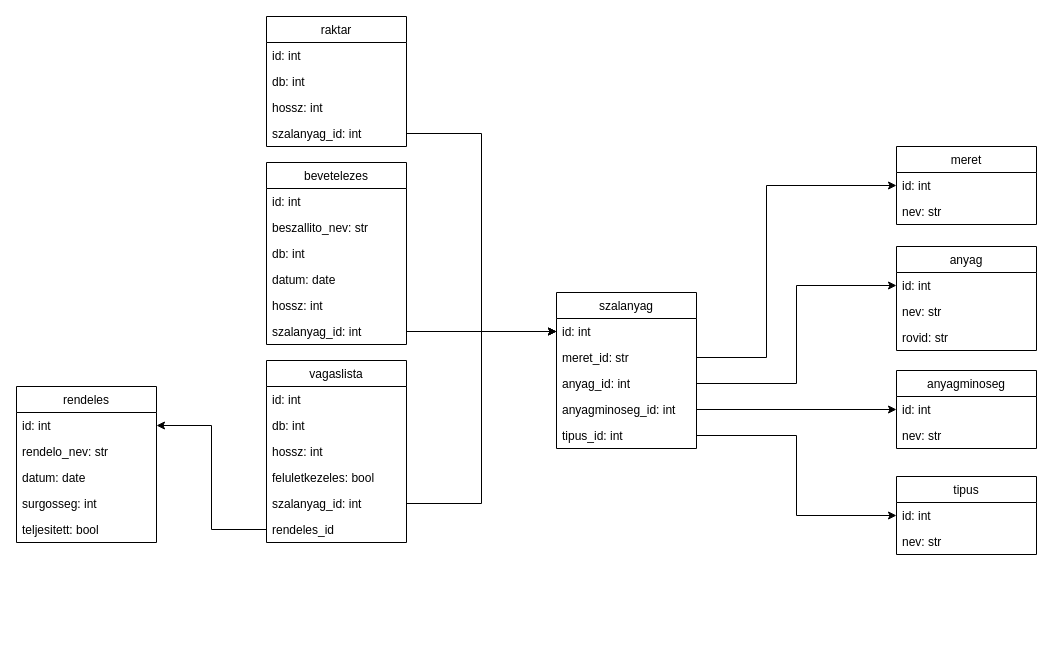
Above: szalanyagkezelo.drawio in haliscsharp/szalanyag_kezelo (draw.io), before the change. Source tidied: cells renumbered, new cells numbered last; positions are measured from the earlier drawing's top-left corner, leaving out a move shared by most shapes. Both pictures are drawn from the tidied source at 100%, with x=0, y=0 at pixel (16, 16).
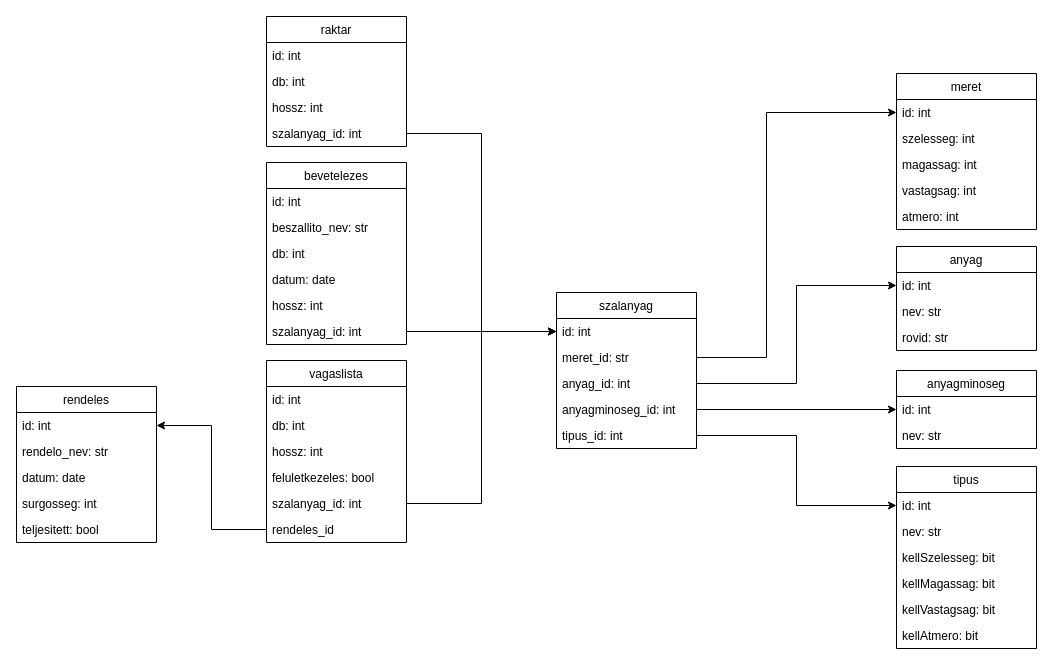
The same diagram, later.

Unchanged cells that the change refers to:
```xml
<mxCell id="4" value="meret_id: str" style="text;strokeColor=none;fillColor=none;align=left;verticalAlign=top;spacingLeft=4;spacingRight=4;overflow=hidden;points=[[0,0.5],[1,0.5]];portConstraint=eastwest;" parent="2" vertex="1">
  <mxGeometry y="52" width="140" height="26" as="geometry" />
</mxCell>
<mxCell id="22" value="id: int" style="text;strokeColor=none;fillColor=none;align=left;verticalAlign=top;spacingLeft=4;spacingRight=4;overflow=hidden;points=[[0,0.5],[1,0.5]];portConstraint=eastwest;" parent="21" vertex="1">
  <mxGeometry y="26" width="140" height="26" as="geometry" />
</mxCell>
```

The edit, as a diff of the source:
```diff
@@
     <mxCell id="15" value="tipus" style="swimlane;fontStyle=0;horizontal=1;startSize=26;fillColor=none;" parent="1" vertex="1">
-      <mxGeometry x="880" y="460" width="140" height="78" as="geometry" />
+      <mxGeometry x="880" y="450" width="140" height="182" as="geometry" />
     </mxCell>
@@
+    <mxCell id="54" value="kellSzelesseg: bit" style="text;strokeColor=none;fillColor=none;align=left;verticalAlign=top;spacingLeft=4;spacingRight=4;overflow=hidden;" parent="15" vertex="1">
+      <mxGeometry y="78" width="140" height="26" as="geometry" />
+    </mxCell>
+    <mxCell id="55" value="kellMagassag: bit" style="text;strokeColor=none;fillColor=none;align=left;verticalAlign=top;spacingLeft=4;spacingRight=4;overflow=hidden;" parent="15" vertex="1">
+      <mxGeometry y="104" width="140" height="26" as="geometry" />
+    </mxCell>
+    <mxCell id="56" value="kellVastagsag: bit" style="text;strokeColor=none;fillColor=none;align=left;verticalAlign=top;spacingLeft=4;spacingRight=4;overflow=hidden;" parent="15" vertex="1">
+      <mxGeometry y="130" width="140" height="26" as="geometry" />
+    </mxCell>
+    <mxCell id="57" value="kellAtmero: bit" style="text;strokeColor=none;fillColor=none;align=left;verticalAlign=top;spacingLeft=4;spacingRight=4;overflow=hidden;" parent="15" vertex="1">
+      <mxGeometry y="156" width="140" height="26" as="geometry" />
+    </mxCell>
@@
     <mxCell id="21" value="meret" style="swimlane;fontStyle=0;horizontal=1;startSize=26;fillColor=none;" parent="1" vertex="1">
-      <mxGeometry x="880" y="130" width="140" height="78" as="geometry" />
+      <mxGeometry x="880" y="57" width="140" height="156" as="geometry" />
     </mxCell>
@@
-    <mxCell id="23" value="nev: str" style="text;strokeColor=none;fillColor=none;align=left;verticalAlign=top;spacingLeft=4;spacingRight=4;overflow=hidden;" parent="21" vertex="1">
+    <mxCell id="23" value="szelesseg: int&#10;" style="text;strokeColor=none;fillColor=none;align=left;verticalAlign=top;spacingLeft=4;spacingRight=4;overflow=hidden;" parent="21" vertex="1">
       <mxGeometry y="52" width="140" height="26" as="geometry" />
     </mxCell>
+    <mxCell id="58" value="magassag: int&#10;" style="text;strokeColor=none;fillColor=none;align=left;verticalAlign=top;spacingLeft=4;spacingRight=4;overflow=hidden;" parent="21" vertex="1">
+      <mxGeometry y="78" width="140" height="26" as="geometry" />
+    </mxCell>
+    <mxCell id="59" value="vastagsag: int" style="text;strokeColor=none;fillColor=none;align=left;verticalAlign=top;spacingLeft=4;spacingRight=4;overflow=hidden;" parent="21" vertex="1">
+      <mxGeometry y="104" width="140" height="26" as="geometry" />
+    </mxCell>
+    <mxCell id="60" value="atmero: int" style="text;strokeColor=none;fillColor=none;align=left;verticalAlign=top;spacingLeft=4;spacingRight=4;overflow=hidden;" parent="21" vertex="1">
+      <mxGeometry y="130" width="140" height="26" as="geometry" />
+    </mxCell>
     <mxCell id="24" style="edgeStyle=orthogonalEdgeStyle;rounded=0;jettySize=auto;html=1;exitX=1;exitY=0.5;exitDx=0;exitDy=0;entryX=0;entryY=0.5;entryDx=0;entryDy=0;" parent="1" edge="1" source="4" target="22">
       <mxGeometry relative="1" as="geometry">
         <Array as="points">
           <mxPoint x="750" y="341" />
-          <mxPoint x="750" y="169" />
+          <mxPoint x="750" y="96" />
         </Array>
       </mxGeometry>
     </mxCell>
```
